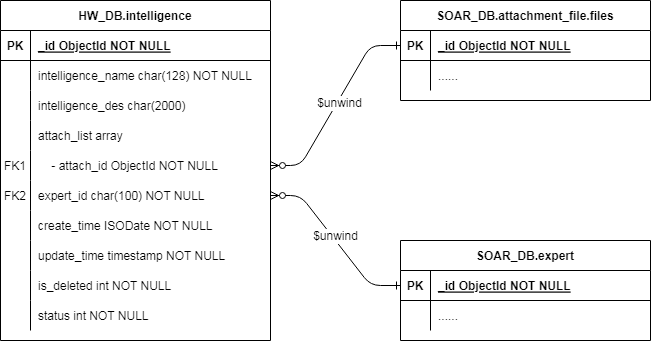
Before: shared_intelligence.drawio.png, a diagram exported from draw.io (qiuliangbin/draw.io). Source tidied: cells renumbered, new cells last; positions are measured from the earlier drawing's top-left corner, leaving out a move shared by most shapes.
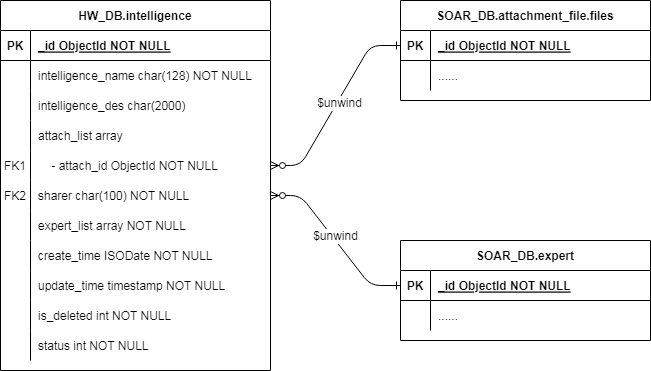
After the change.

Change to the diagram source:
```diff
@@ -3,7 +3,7 @@
     <mxCell id="0" />
     <mxCell id="1" parent="0" />
     <mxCell id="2" value="HW_DB.intelligence" style="shape=table;startSize=30;rowLines=0;fontStyle=1;align=center;" parent="1" vertex="1">
-      <mxGeometry width="270" height="340" as="geometry" />
+      <mxGeometry width="270" height="370" as="geometry" />
     </mxCell>
     <mxCell id="3" style="shape=partialRectangle;fillColor=none;top=0;left=0;right=0;bottom=1;" parent="2" vertex="1">
       <mxGeometry y="30" width="270" height="30" as="geometry" />
@@ -56,11 +56,20 @@
     <mxCell id="19" value="FK2" style="shape=partialRectangle;overflow=hidden;fillColor=none;top=0;left=0;bottom=0;right=0;" parent="18" vertex="1">
       <mxGeometry width="30" height="30" as="geometry" />
     </mxCell>
-    <mxCell id="20" value="expert_id char(100) NOT NULL" style="shape=partialRectangle;overflow=hidden;fillColor=none;top=0;left=0;bottom=0;right=0;align=left;spacingLeft=6;" parent="18" vertex="1">
+    <mxCell id="20" value="sharer char(100) NOT NULL" style="shape=partialRectangle;overflow=hidden;fillColor=none;top=0;left=0;bottom=0;right=0;align=left;spacingLeft=6;" parent="18" vertex="1">
       <mxGeometry x="30" width="240" height="30" as="geometry" />
     </mxCell>
+    <mxCell id="51" style="shape=partialRectangle;fillColor=none;top=0;left=0;right=0;bottom=0;" parent="2" vertex="1">
+      <mxGeometry y="210" width="270" height="30" as="geometry" />
+    </mxCell>
+    <mxCell id="52" style="shape=partialRectangle;overflow=hidden;fillColor=none;top=0;left=0;bottom=0;right=0;" parent="51" vertex="1">
+      <mxGeometry width="30" height="30" as="geometry" />
+    </mxCell>
+    <mxCell id="53" value="expert_list array NOT NULL" style="shape=partialRectangle;overflow=hidden;fillColor=none;top=0;left=0;bottom=0;right=0;align=left;spacingLeft=6;" parent="51" vertex="1">
+      <mxGeometry x="30" width="240" height="30" as="geometry" />
+    </mxCell>
     <mxCell id="21" style="shape=partialRectangle;fillColor=none;top=0;left=0;right=0;bottom=0;" parent="2" vertex="1">
-      <mxGeometry y="210" width="270" height="30" as="geometry" />
+      <mxGeometry y="240" width="270" height="30" as="geometry" />
     </mxCell>
     <mxCell id="22" style="shape=partialRectangle;overflow=hidden;fillColor=none;top=0;left=0;bottom=0;right=0;" parent="21" vertex="1">
       <mxGeometry width="30" height="30" as="geometry" />
@@ -69,7 +78,7 @@
       <mxGeometry x="30" width="240" height="30" as="geometry" />
     </mxCell>
     <mxCell id="24" style="shape=partialRectangle;fillColor=none;top=0;left=0;right=0;bottom=0;" parent="2" vertex="1">
-      <mxGeometry y="240" width="270" height="30" as="geometry" />
+      <mxGeometry y="270" width="270" height="30" as="geometry" />
     </mxCell>
     <mxCell id="25" style="shape=partialRectangle;overflow=hidden;fillColor=none;top=0;left=0;bottom=0;right=0;" parent="24" vertex="1">
       <mxGeometry width="30" height="30" as="geometry" />
@@ -78,7 +87,7 @@
       <mxGeometry x="30" width="240" height="30" as="geometry" />
     </mxCell>
     <mxCell id="27" style="shape=partialRectangle;fillColor=none;top=0;left=0;right=0;bottom=0;" parent="2" vertex="1">
-      <mxGeometry y="270" width="270" height="30" as="geometry" />
+      <mxGeometry y="300" width="270" height="30" as="geometry" />
     </mxCell>
     <mxCell id="28" style="shape=partialRectangle;overflow=hidden;fillColor=none;top=0;left=0;bottom=0;right=0;" parent="27" vertex="1">
       <mxGeometry width="30" height="30" as="geometry" />
@@ -87,7 +96,7 @@
       <mxGeometry x="30" width="240" height="30" as="geometry" />
     </mxCell>
     <mxCell id="30" style="shape=partialRectangle;fillColor=none;top=0;left=0;right=0;bottom=0;" parent="2" vertex="1">
-      <mxGeometry y="300" width="270" height="30" as="geometry" />
+      <mxGeometry y="330" width="270" height="30" as="geometry" />
     </mxCell>
     <mxCell id="31" style="shape=partialRectangle;overflow=hidden;fillColor=none;top=0;left=0;bottom=0;right=0;" parent="30" vertex="1">
       <mxGeometry width="30" height="30" as="geometry" />
```
